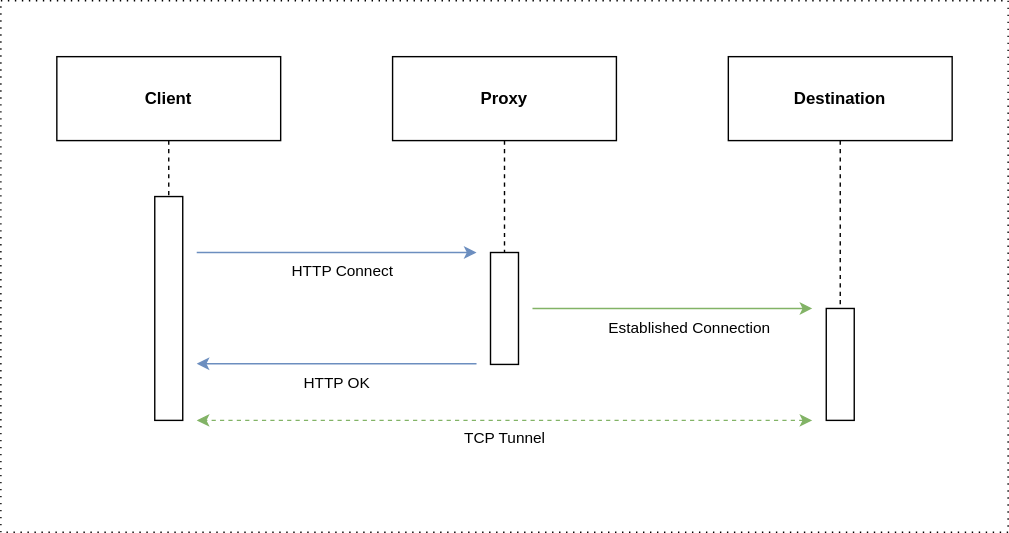
This is static/images/http-connect2.drawio.svg from Cori1109/Cori1109.github.io, a draw.io export, as it was before one commit. Source tidied: cells renumbered, new cells last; positions are measured from the earlier drawing's top-left corner, leaving out a move shared by most shapes.
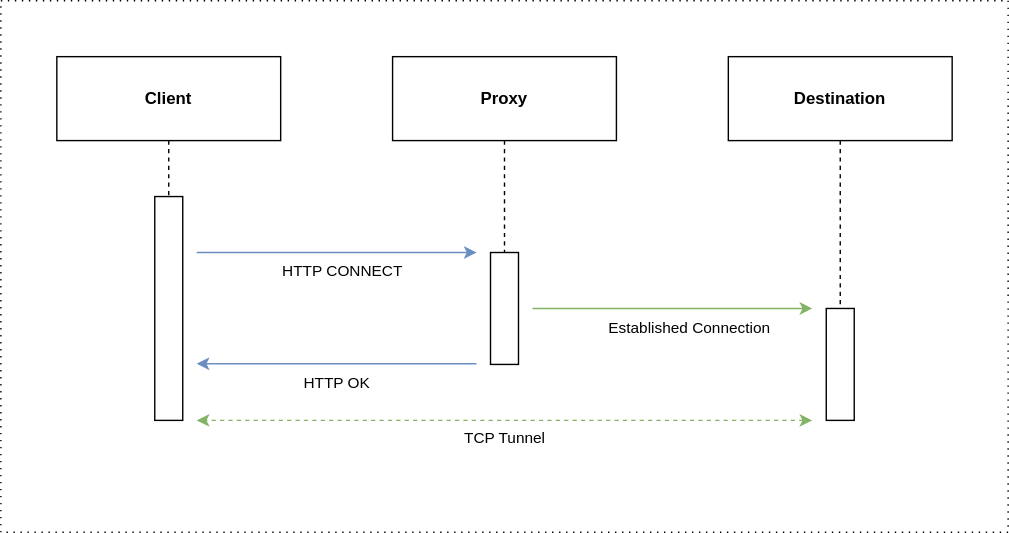
The same file after the commit.

Commit message:
deploy: Sun 14 Feb 2021 21:03:15 AEDT

What changed in the source:
```diff
@@ -14,7 +14,7 @@
         <mxPoint x="340" y="180" as="targetPoint" />
       </mxGeometry>
     </mxCell>
-    <mxCell id="5" value="HTTP Connect" style="edgeLabel;html=1;align=center;verticalAlign=top;" parent="4" vertex="1">
+    <mxCell id="5" value="HTTP CONNECT" style="edgeLabel;html=1;align=center;verticalAlign=top;" parent="4" vertex="1">
       <mxGeometry x="0.03" relative="1" as="geometry" />
     </mxCell>
     <mxCell id="6" style="shape=rect;html=1;fillColor=#FFFFFF;" parent="1" vertex="1">
```
